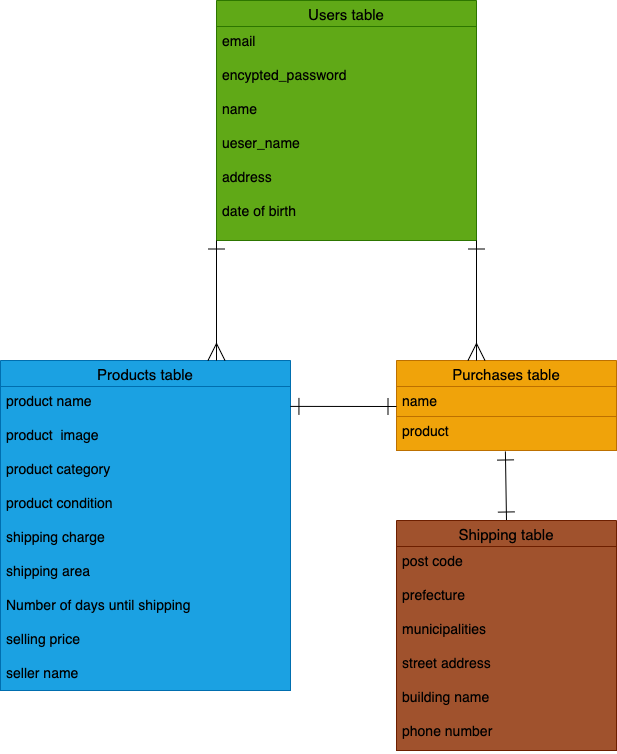
This is db/ER.png from Jonnyhorse/furima-40200, a draw.io export, as it was before one commit. Source tidied: cells renumbered, new cells last; positions are measured from the earlier drawing's top-left corner, leaving out a move shared by most shapes. Its diagram source:
```xml
<mxGraphModel>
  <root>
    <mxCell id="0" />
    <mxCell id="1" parent="0" />
    <mxCell id="2" value="Users table" style="swimlane;fontStyle=0;horizontal=1;startSize=26;align=center;fontSize=15;fillColor=#60a917;fontColor=#000000;strokeColor=#2D7600;" parent="1" vertex="1">
      <mxGeometry x="216" width="260" height="240" as="geometry" />
    </mxCell>
    <mxCell id="3" value="email &#10;&#10;encypted_password&#10;&#10;name&#10;&#10;ueser_name&#10;&#10;address&#10;&#10;date of birth&#10;" style="text;strokeColor=#2D7600;fillColor=#60a917;spacingLeft=4;spacingRight=4;overflow=hidden;fontSize=14;fontColor=#000000;" parent="2" vertex="1">
      <mxGeometry y="26" width="260" height="214" as="geometry" />
    </mxCell>
    <mxCell id="4" value="Products table" style="swimlane;fontStyle=0;horizontal=1;startSize=26;align=center;fontSize=15;fillColor=#1ba1e2;fontColor=#000000;strokeColor=#006EAF;" parent="1" vertex="1">
      <mxGeometry y="360" width="290" height="330" as="geometry" />
    </mxCell>
    <mxCell id="5" value="product name&#10;&#10;product  image&#10;&#10;product category&#10;&#10;product condition&#10;&#10;shipping charge&#10;&#10;shipping area&#10;&#10;Number of days until shipping&#10;&#10;selling price&#10;&#10;seller name&#10;" style="text;strokeColor=#006EAF;fillColor=#1ba1e2;spacingLeft=4;spacingRight=4;overflow=hidden;fontSize=14;fontColor=#000000;" parent="4" vertex="1">
      <mxGeometry y="26" width="290" height="304" as="geometry" />
    </mxCell>
    <mxCell id="6" value="Purchases table" style="swimlane;fontStyle=0;horizontal=1;startSize=26;align=center;fontSize=15;fillColor=#f0a30a;fontColor=#000000;strokeColor=#BD7000;" parent="1" vertex="1">
      <mxGeometry x="396" y="360" width="220" height="90" as="geometry" />
    </mxCell>
    <mxCell id="7" value="name" style="text;strokeColor=#BD7000;fillColor=#f0a30a;spacingLeft=4;spacingRight=4;overflow=hidden;fontSize=14;fontColor=#000000;" parent="6" vertex="1">
      <mxGeometry y="26" width="220" height="30" as="geometry" />
    </mxCell>
    <mxCell id="8" value="product" style="text;strokeColor=#BD7000;fillColor=#f0a30a;spacingLeft=4;spacingRight=4;overflow=hidden;points=[[0,0.5],[1,0.5]];portConstraint=eastwest;fontSize=14;fontColor=#000000;" parent="6" vertex="1">
      <mxGeometry y="56" width="220" height="34" as="geometry" />
    </mxCell>
    <mxCell id="9" style="edgeStyle=none;html=1;exitX=0.5;exitY=0;exitDx=0;exitDy=0;entryX=0.495;entryY=1.029;entryDx=0;entryDy=0;entryPerimeter=0;strokeWidth=1;fontSize=15;startArrow=ERone;startFill=0;endArrow=ERone;endFill=0;endSize=15;startSize=15;" parent="1" edge="1" source="10" target="8">
      <mxGeometry relative="1" as="geometry" />
    </mxCell>
    <mxCell id="10" value="Shipping table" style="swimlane;fontStyle=0;horizontal=1;startSize=26;align=center;fontSize=15;labelBackgroundColor=none;fillColor=#a0522d;fontColor=#000000;strokeColor=#6D1F00;" parent="1" vertex="1">
      <mxGeometry x="396" y="520" width="220" height="230" as="geometry" />
    </mxCell>
    <mxCell id="11" value="post code&#10;&#10;prefecture&#10;&#10;municipalities&#10;&#10;street address&#10;&#10;building name&#10;&#10;phone number" style="text;strokeColor=#6D1F00;fillColor=#a0522d;spacingLeft=4;spacingRight=4;overflow=hidden;fontSize=14;fontColor=#000000;" parent="10" vertex="1">
      <mxGeometry y="26" width="220" height="204" as="geometry" />
    </mxCell>
    <mxCell id="12" style="edgeStyle=none;html=1;fontSize=15;endArrow=ERmany;endFill=0;strokeWidth=1;startArrow=ERone;startFill=0;endSize=15;startSize=15;" parent="1" edge="1">
      <mxGeometry relative="1" as="geometry">
        <mxPoint x="216" y="240" as="sourcePoint" />
        <mxPoint x="216" y="360" as="targetPoint" />
      </mxGeometry>
    </mxCell>
    <mxCell id="13" style="edgeStyle=none;html=1;strokeWidth=1;fontSize=15;endArrow=ERmany;endFill=0;startArrow=ERone;startFill=0;endSize=15;startSize=15;" parent="1" edge="1">
      <mxGeometry relative="1" as="geometry">
        <mxPoint x="476" y="240" as="sourcePoint" />
        <mxPoint x="476" y="360" as="targetPoint" />
      </mxGeometry>
    </mxCell>
    <mxCell id="14" style="edgeStyle=none;html=1;strokeWidth=1;fontSize=15;endArrow=ERone;endFill=0;startArrow=ERone;startFill=0;exitX=0.986;exitY=0.049;exitDx=0;exitDy=0;exitPerimeter=0;endSize=15;startSize=15;" parent="1" edge="1">
      <mxGeometry relative="1" as="geometry">
        <mxPoint x="289.9" y="405.9" as="sourcePoint" />
        <mxPoint x="396" y="406" as="targetPoint" />
      </mxGeometry>
    </mxCell>
  </root>
</mxGraphModel>
```
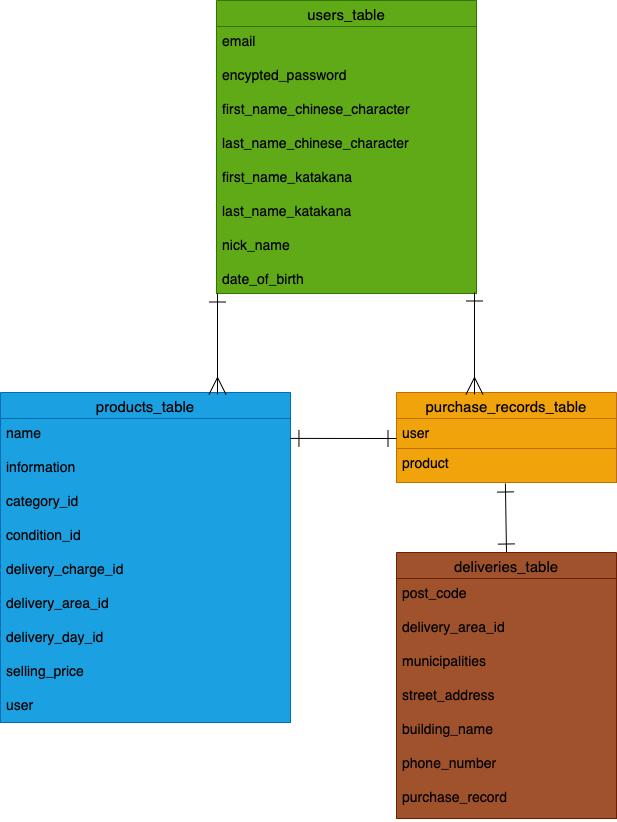
Later version of the same file.

What changed in the source:
```diff
@@ -2,22 +2,22 @@
   <root>
     <mxCell id="0" />
     <mxCell id="1" parent="0" />
-    <mxCell id="2" value="Users table" style="swimlane;fontStyle=0;horizontal=1;startSize=26;align=center;fontSize=15;fillColor=#60a917;fontColor=#000000;strokeColor=#2D7600;" parent="1" vertex="1">
-      <mxGeometry x="216" width="260" height="240" as="geometry" />
+    <mxCell id="2" value="users_table" style="swimlane;fontStyle=0;horizontal=1;startSize=26;align=center;fontSize=15;fillColor=#60a917;fontColor=#000000;strokeColor=#2D7600;" parent="1" vertex="1">
+      <mxGeometry x="216" y="-32" width="260" height="293" as="geometry" />
     </mxCell>
-    <mxCell id="3" value="email &#10;&#10;encypted_password&#10;&#10;name&#10;&#10;ueser_name&#10;&#10;address&#10;&#10;date of birth&#10;" style="text;strokeColor=#2D7600;fillColor=#60a917;spacingLeft=4;spacingRight=4;overflow=hidden;fontSize=14;fontColor=#000000;" parent="2" vertex="1">
-      <mxGeometry y="26" width="260" height="214" as="geometry" />
+    <mxCell id="3" value="email &#10;&#10;encypted_password&#10;&#10;first_name_chinese_character&#10;&#10;last_name_chinese_character&#10;&#10;first_name_katakana&#10;&#10;last_name_katakana&#10;&#10;nick_name&#10;&#10;date_of_birth&#10;" style="text;strokeColor=#2D7600;fillColor=#60a917;spacingLeft=4;spacingRight=4;overflow=hidden;fontSize=14;fontColor=#000000;" parent="2" vertex="1">
+      <mxGeometry y="26" width="260" height="267" as="geometry" />
     </mxCell>
-    <mxCell id="4" value="Products table" style="swimlane;fontStyle=0;horizontal=1;startSize=26;align=center;fontSize=15;fillColor=#1ba1e2;fontColor=#000000;strokeColor=#006EAF;" parent="1" vertex="1">
+    <mxCell id="4" value="products_table" style="swimlane;fontStyle=0;horizontal=1;startSize=26;align=center;fontSize=15;fillColor=#1ba1e2;fontColor=#000000;strokeColor=#006EAF;" parent="1" vertex="1">
       <mxGeometry y="360" width="290" height="330" as="geometry" />
     </mxCell>
-    <mxCell id="5" value="product name&#10;&#10;product  image&#10;&#10;product category&#10;&#10;product condition&#10;&#10;shipping charge&#10;&#10;shipping area&#10;&#10;Number of days until shipping&#10;&#10;selling price&#10;&#10;seller name&#10;" style="text;strokeColor=#006EAF;fillColor=#1ba1e2;spacingLeft=4;spacingRight=4;overflow=hidden;fontSize=14;fontColor=#000000;" parent="4" vertex="1">
+    <mxCell id="5" value="name&#10;&#10;information&#10;&#10;category_id&#10;&#10;condition_id&#10;&#10;delivery_charge_id&#10;&#10;delivery_area_id&#10;&#10;delivery_day_id&#10;&#10;selling_price&#10;&#10;user&#10;" style="text;strokeColor=#006EAF;fillColor=#1ba1e2;spacingLeft=4;spacingRight=4;overflow=hidden;fontSize=14;fontColor=#000000;" parent="4" vertex="1">
       <mxGeometry y="26" width="290" height="304" as="geometry" />
     </mxCell>
-    <mxCell id="6" value="Purchases table" style="swimlane;fontStyle=0;horizontal=1;startSize=26;align=center;fontSize=15;fillColor=#f0a30a;fontColor=#000000;strokeColor=#BD7000;" parent="1" vertex="1">
+    <mxCell id="6" value="purchase_records_table" style="swimlane;fontStyle=0;horizontal=1;startSize=26;align=center;fontSize=15;fillColor=#f0a30a;fontColor=#000000;strokeColor=#BD7000;" parent="1" vertex="1">
       <mxGeometry x="396" y="360" width="220" height="90" as="geometry" />
     </mxCell>
-    <mxCell id="7" value="name" style="text;strokeColor=#BD7000;fillColor=#f0a30a;spacingLeft=4;spacingRight=4;overflow=hidden;fontSize=14;fontColor=#000000;" parent="6" vertex="1">
+    <mxCell id="7" value="user" style="text;strokeColor=#BD7000;fillColor=#f0a30a;spacingLeft=4;spacingRight=4;overflow=hidden;fontSize=14;fontColor=#000000;" parent="6" vertex="1">
       <mxGeometry y="26" width="220" height="30" as="geometry" />
     </mxCell>
     <mxCell id="8" value="product" style="text;strokeColor=#BD7000;fillColor=#f0a30a;spacingLeft=4;spacingRight=4;overflow=hidden;points=[[0,0.5],[1,0.5]];portConstraint=eastwest;fontSize=14;fontColor=#000000;" parent="6" vertex="1">
@@ -26,22 +26,22 @@
     <mxCell id="9" style="edgeStyle=none;html=1;exitX=0.5;exitY=0;exitDx=0;exitDy=0;entryX=0.495;entryY=1.029;entryDx=0;entryDy=0;entryPerimeter=0;strokeWidth=1;fontSize=15;startArrow=ERone;startFill=0;endArrow=ERone;endFill=0;endSize=15;startSize=15;" parent="1" edge="1" source="10" target="8">
       <mxGeometry relative="1" as="geometry" />
     </mxCell>
-    <mxCell id="10" value="Shipping table" style="swimlane;fontStyle=0;horizontal=1;startSize=26;align=center;fontSize=15;labelBackgroundColor=none;fillColor=#a0522d;fontColor=#000000;strokeColor=#6D1F00;" parent="1" vertex="1">
-      <mxGeometry x="396" y="520" width="220" height="230" as="geometry" />
+    <mxCell id="10" value="deliveries_table" style="swimlane;fontStyle=0;horizontal=1;startSize=26;align=center;fontSize=15;labelBackgroundColor=none;fillColor=#a0522d;strokeColor=#6D1F00;fontColor=#000000;" parent="1" vertex="1">
+      <mxGeometry x="396" y="520" width="220" height="266" as="geometry" />
     </mxCell>
-    <mxCell id="11" value="post code&#10;&#10;prefecture&#10;&#10;municipalities&#10;&#10;street address&#10;&#10;building name&#10;&#10;phone number" style="text;strokeColor=#6D1F00;fillColor=#a0522d;spacingLeft=4;spacingRight=4;overflow=hidden;fontSize=14;fontColor=#000000;" parent="10" vertex="1">
-      <mxGeometry y="26" width="220" height="204" as="geometry" />
+    <mxCell id="11" value="post_code&#10;&#10;delivery_area_id&#10;&#10;municipalities&#10;&#10;street_address&#10;&#10;building_name&#10;&#10;phone_number&#10;&#10;purchase_record" style="text;strokeColor=#6D1F00;fillColor=#a0522d;spacingLeft=4;spacingRight=4;overflow=hidden;fontSize=14;fontColor=#000000;" parent="10" vertex="1">
+      <mxGeometry y="26" width="220" height="240" as="geometry" />
     </mxCell>
     <mxCell id="12" style="edgeStyle=none;html=1;fontSize=15;endArrow=ERmany;endFill=0;strokeWidth=1;startArrow=ERone;startFill=0;endSize=15;startSize=15;" parent="1" edge="1">
       <mxGeometry relative="1" as="geometry">
-        <mxPoint x="216" y="240" as="sourcePoint" />
-        <mxPoint x="216" y="360" as="targetPoint" />
+        <mxPoint x="217" y="261" as="sourcePoint" />
+        <mxPoint x="217" y="362" as="targetPoint" />
       </mxGeometry>
     </mxCell>
     <mxCell id="13" style="edgeStyle=none;html=1;strokeWidth=1;fontSize=15;endArrow=ERmany;endFill=0;startArrow=ERone;startFill=0;endSize=15;startSize=15;" parent="1" edge="1">
       <mxGeometry relative="1" as="geometry">
-        <mxPoint x="476" y="240" as="sourcePoint" />
-        <mxPoint x="476" y="360" as="targetPoint" />
+        <mxPoint x="474" y="260" as="sourcePoint" />
+        <mxPoint x="474" y="362" as="targetPoint" />
       </mxGeometry>
     </mxCell>
     <mxCell id="14" style="edgeStyle=none;html=1;strokeWidth=1;fontSize=15;endArrow=ERone;endFill=0;startArrow=ERone;startFill=0;exitX=0.986;exitY=0.049;exitDx=0;exitDy=0;exitPerimeter=0;endSize=15;startSize=15;" parent="1" edge="1">
```
